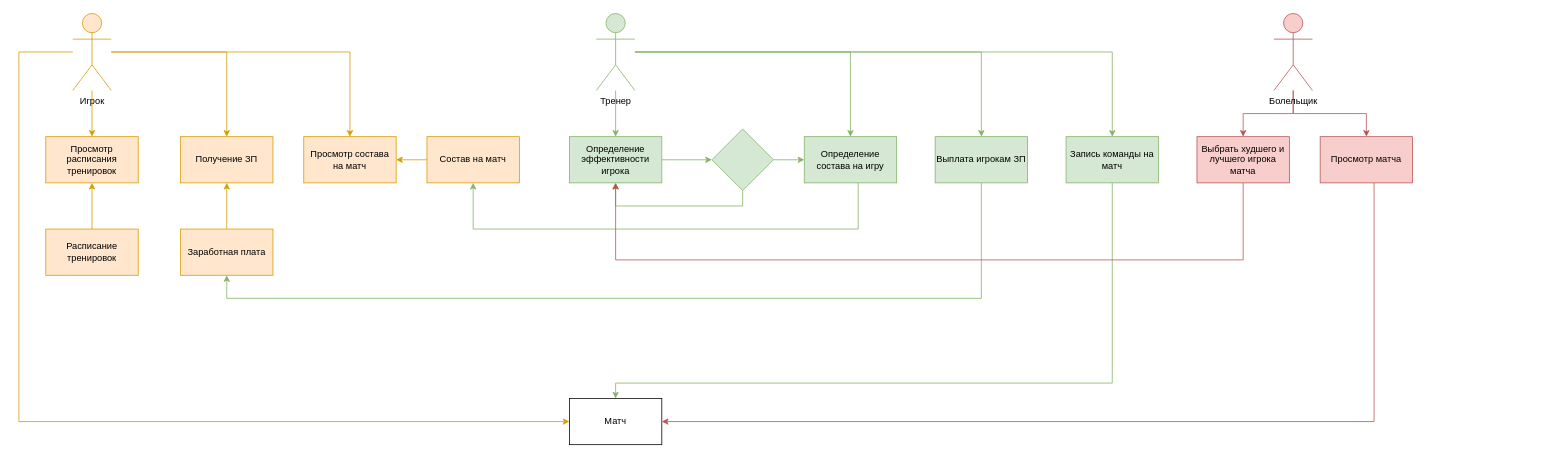
Above: Controllers/PROFOOTBALL_V1.2.drawio in Alexsander996/football (draw.io), before the change. Source tidied: cells renumbered, new cells numbered last; positions are measured from the earlier drawing's top-left corner, leaving out a move shared by most shapes. Both pictures are drawn from the tidied source at 77%, with x=0, y=0 at pixel (18, 13).
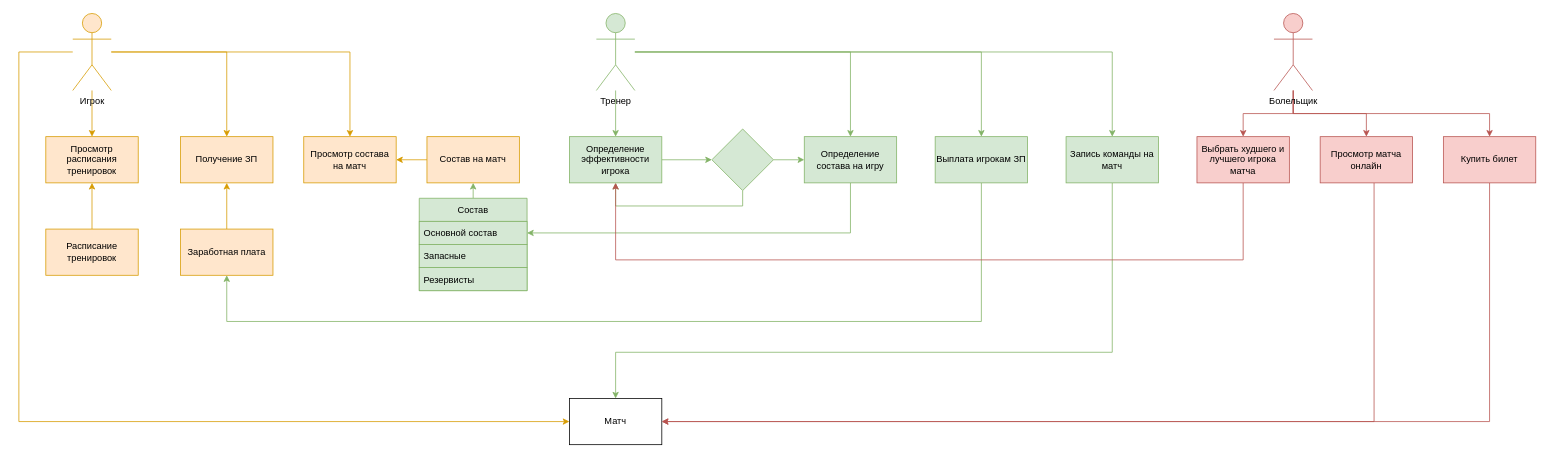
Above is the later version.

The change refers to these unchanged cells:
```xml
<mxCell id="12" value="Заработная плата" style="rounded=0;whiteSpace=wrap;html=1;fillColor=#ffe6cc;strokeColor=#d79b00;" parent="1" vertex="1">
  <mxGeometry x="210" y="280" width="120" height="60" as="geometry" />
</mxCell>
<mxCell id="15" value="Состав на матч" style="rounded=0;whiteSpace=wrap;html=1;fillColor=#ffe6cc;strokeColor=#d79b00;" parent="1" vertex="1">
  <mxGeometry x="530" y="160" width="120" height="60" as="geometry" />
</mxCell>
<mxCell id="27" value="Определение состава на игру" style="rounded=0;whiteSpace=wrap;html=1;fillColor=#d5e8d4;strokeColor=#82b366;" parent="1" vertex="1">
  <mxGeometry x="1020" y="160" width="120" height="60" as="geometry" />
</mxCell>
<mxCell id="29" value="Выплата игрокам ЗП" style="rounded=0;whiteSpace=wrap;html=1;fillColor=#d5e8d4;strokeColor=#82b366;" parent="1" vertex="1">
  <mxGeometry x="1190" y="160" width="120" height="60" as="geometry" />
</mxCell>
<mxCell id="31" value="Запись команды на матч" style="rounded=0;whiteSpace=wrap;html=1;fillColor=#d5e8d4;strokeColor=#82b366;" parent="1" vertex="1">
  <mxGeometry x="1360" y="160" width="120" height="60" as="geometry" />
</mxCell>
<mxCell id="32" value="Матч" style="rounded=0;whiteSpace=wrap;html=1;" parent="1" vertex="1">
  <mxGeometry x="715" y="500" width="120" height="60" as="geometry" />
</mxCell>
<mxCell id="35" value="Болельщик" style="shape=umlActor;verticalLabelPosition=bottom;verticalAlign=top;html=1;outlineConnect=0;fillColor=#f8cecc;strokeColor=#b85450;" parent="1" vertex="1">
  <mxGeometry x="1630" width="50" height="100" as="geometry" />
</mxCell>
```

Diff of the diagram source:
```diff
@@
-    <mxCell id="26" style="edgeStyle=orthogonalEdgeStyle;rounded=0;jettySize=auto;html=1;entryX=0.5;entryY=1;entryDx=0;entryDy=0;fillColor=#d5e8d4;strokeColor=#82b366;" parent="1" edge="1" source="27" target="15">
-      <mxGeometry relative="1" as="geometry">
-        <Array as="points">
-          <mxPoint x="1090" y="280" />
-          <mxPoint x="590" y="280" />
-        </Array>
-      </mxGeometry>
-    </mxCell>
+    <mxCell id="40" style="edgeStyle=orthogonalEdgeStyle;rounded=0;jettySize=auto;html=1;entryX=1;entryY=0.5;entryDx=0;entryDy=0;endArrow=classic;endFill=1;fillColor=#d5e8d4;strokeColor=#82b366;" parent="1" edge="1" source="27" target="46">
+      <mxGeometry relative="1" as="geometry" />
+    </mxCell>
@@
     <mxCell id="28" style="edgeStyle=orthogonalEdgeStyle;rounded=0;jettySize=auto;html=1;entryX=0.5;entryY=1;entryDx=0;entryDy=0;fillColor=#d5e8d4;strokeColor=#82b366;" parent="1" edge="1" source="29" target="12">
       <mxGeometry relative="1" as="geometry">
         <Array as="points">
-          <mxPoint x="1250" y="370" />
-          <mxPoint x="270" y="370" />
+          <mxPoint x="1250" y="400" />
+          <mxPoint x="270" y="400" />
         </Array>
       </mxGeometry>
     </mxCell>
@@
-    <mxCell id="30" style="edgeStyle=orthogonalEdgeStyle;rounded=0;jettySize=auto;html=1;entryX=0.5;entryY=0;entryDx=0;entryDy=0;fillColor=#d5e8d4;strokeColor=#82b366;" parent="1" edge="1" source="31" target="32">
+    <mxCell id="30" style="edgeStyle=orthogonalEdgeStyle;rounded=0;jettySize=auto;html=1;entryX=0.5;entryY=0;entryDx=0;entryDy=0;endArrow=classic;endFill=1;fillColor=#d5e8d4;strokeColor=#82b366;" parent="1" edge="1" source="31" target="32">
       <mxGeometry relative="1" as="geometry">
         <Array as="points">
-          <mxPoint x="1420" y="480" />
-          <mxPoint x="775" y="480" />
+          <mxPoint x="1420" y="440" />
+          <mxPoint x="775" y="440" />
         </Array>
       </mxGeometry>
     </mxCell>
@@
+    <mxCell id="41" style="edgeStyle=orthogonalEdgeStyle;rounded=0;jettySize=auto;html=1;entryX=0.5;entryY=0;entryDx=0;entryDy=0;endArrow=classic;endFill=1;fillColor=#f8cecc;strokeColor=#b85450;" parent="1" edge="1" source="35" target="43">
+      <mxGeometry relative="1" as="geometry">
+        <Array as="points">
+          <mxPoint x="1655" y="130" />
+          <mxPoint x="1910" y="130" />
+        </Array>
+      </mxGeometry>
+    </mxCell>
@@
-    <mxCell id="39" value="Просмотр матча" style="rounded=0;whiteSpace=wrap;html=1;fillColor=#f8cecc;strokeColor=#b85450;" parent="1" vertex="1">
+    <mxCell id="39" value="Просмотр матча онлайн" style="rounded=0;whiteSpace=wrap;html=1;fillColor=#f8cecc;strokeColor=#b85450;" parent="1" vertex="1">
       <mxGeometry x="1690" y="160" width="120" height="60" as="geometry" />
     </mxCell>
+    <mxCell id="42" style="edgeStyle=orthogonalEdgeStyle;rounded=0;jettySize=auto;html=1;entryX=1;entryY=0.5;entryDx=0;entryDy=0;endArrow=classic;endFill=1;fillColor=#f8cecc;strokeColor=#b85450;" parent="1" edge="1" source="43" target="32">
+      <mxGeometry relative="1" as="geometry">
+        <Array as="points">
+          <mxPoint x="1910" y="530" />
+        </Array>
+      </mxGeometry>
+    </mxCell>
+    <mxCell id="43" value="Купить билет" style="rounded=0;whiteSpace=wrap;html=1;fillColor=#f8cecc;strokeColor=#b85450;" parent="1" vertex="1">
+      <mxGeometry x="1850" y="160" width="120" height="60" as="geometry" />
+    </mxCell>
+    <mxCell id="44" style="edgeStyle=none;rounded=0;jettySize=auto;html=1;entryX=0.5;entryY=1;entryDx=0;entryDy=0;endArrow=classic;endFill=1;fillColor=#d5e8d4;strokeColor=#82b366;" parent="1" edge="1" source="45" target="15">
+      <mxGeometry relative="1" as="geometry" />
+    </mxCell>
+    <mxCell id="45" value="Состав" style="swimlane;fontStyle=0;horizontal=1;startSize=30;fillColor=#d5e8d4;strokeColor=#82b366;" parent="1" vertex="1">
+      <mxGeometry x="520" y="240" width="140" height="120" as="geometry" />
+    </mxCell>
+    <mxCell id="46" value="Основной состав" style="text;strokeColor=#82b366;fillColor=#d5e8d4;align=left;verticalAlign=middle;spacingLeft=4;spacingRight=4;overflow=hidden;points=[[0,0.5],[1,0.5]];portConstraint=eastwest;" parent="45" vertex="1">
+      <mxGeometry y="30" width="140" height="30" as="geometry" />
+    </mxCell>
+    <mxCell id="47" value="Запасные" style="text;strokeColor=#82b366;fillColor=#d5e8d4;align=left;verticalAlign=middle;spacingLeft=4;spacingRight=4;overflow=hidden;" parent="45" vertex="1">
+      <mxGeometry y="60" width="140" height="30" as="geometry" />
+    </mxCell>
+    <mxCell id="48" value="Резервисты" style="text;strokeColor=#82b366;fillColor=#d5e8d4;align=left;verticalAlign=middle;spacingLeft=4;spacingRight=4;overflow=hidden;" parent="45" vertex="1">
+      <mxGeometry y="90" width="140" height="30" as="geometry" />
+    </mxCell>
```
